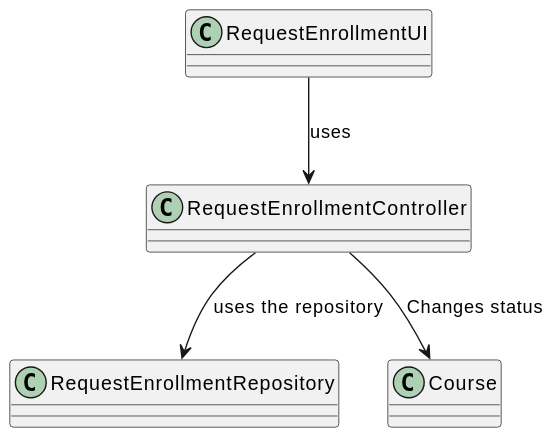
mascenso/isep-sem4-lapr4 keeps this PlantUML diagram as docs/SPRINT B/US1008 - Request Enrollment Course/US1008-CD.svg. Above is the earlier version.
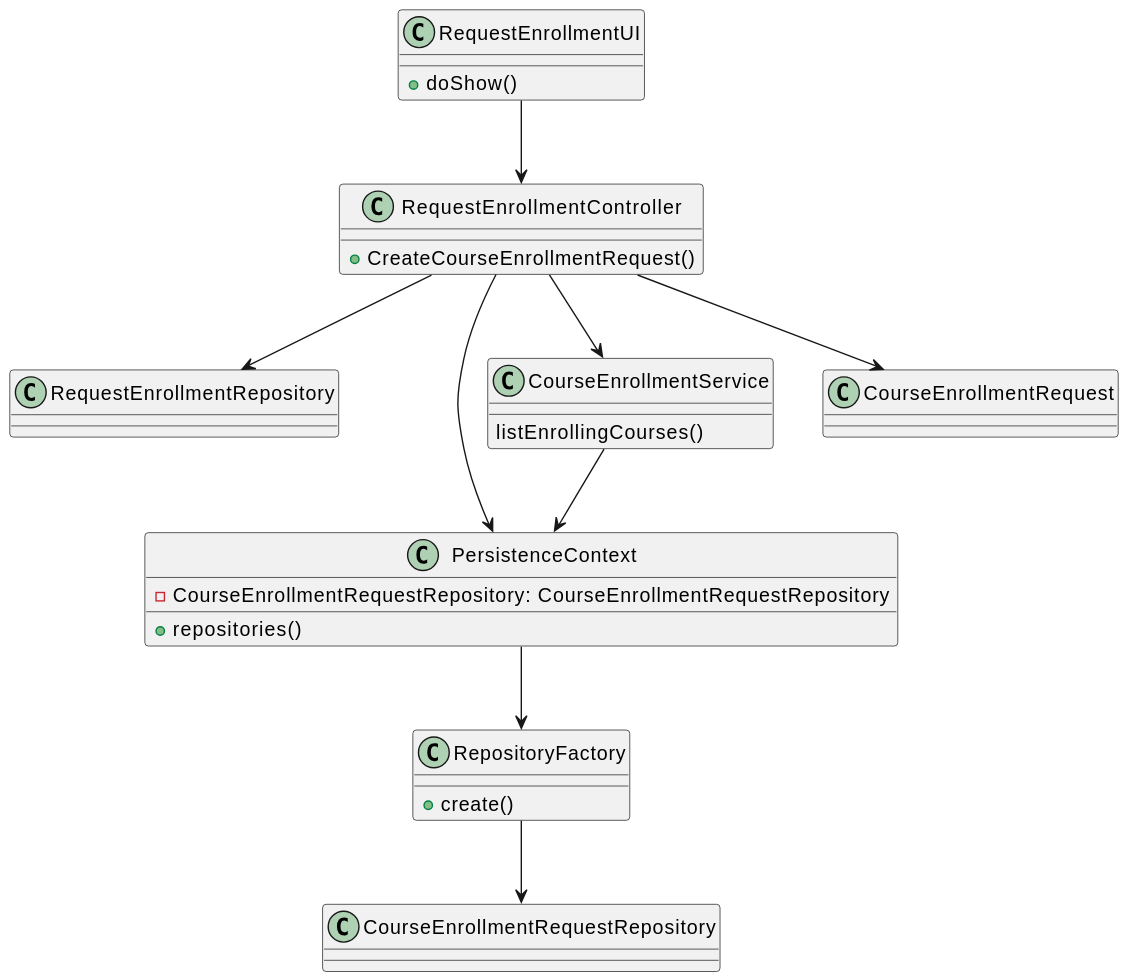
After the change.

What changed in the source:
```diff
@@ -1,17 +1,40 @@
 @startuml
 class RequestEnrollmentUI {
+    +doShow()
 }
 
 class RequestEnrollmentController {
+    +CreateCourseEnrollmentRequest()
 }
 
 class RequestEnrollmentRepository {
 }
 
-class Course {
+class PersistenceContext {
+    -CourseEnrollmentRequestRepository: CourseEnrollmentRequestRepository
+    +repositories()
 }
 
-RequestEnrollmentUI --> RequestEnrollmentController: uses
-RequestEnrollmentController --> RequestEnrollmentRepository: uses the repository
-RequestEnrollmentController --> Course: Changes status
+class RepositoryFactory {
+    +create()
+}
+
+class CourseEnrollmentService {
+    listEnrollingCourses()
+}
+
+class CourseEnrollmentRequest {
+}
+
+class CourseEnrollmentRequestRepository {
+}
+
+RequestEnrollmentUI --> RequestEnrollmentController
+RequestEnrollmentController --> RequestEnrollmentRepository
+RequestEnrollmentController --> PersistenceContext
+RequestEnrollmentController --> CourseEnrollmentService
+CourseEnrollmentService --> PersistenceContext
+PersistenceContext --> RepositoryFactory
+RepositoryFactory --> CourseEnrollmentRequestRepository
+RequestEnrollmentController --> CourseEnrollmentRequest
 @enduml
```
